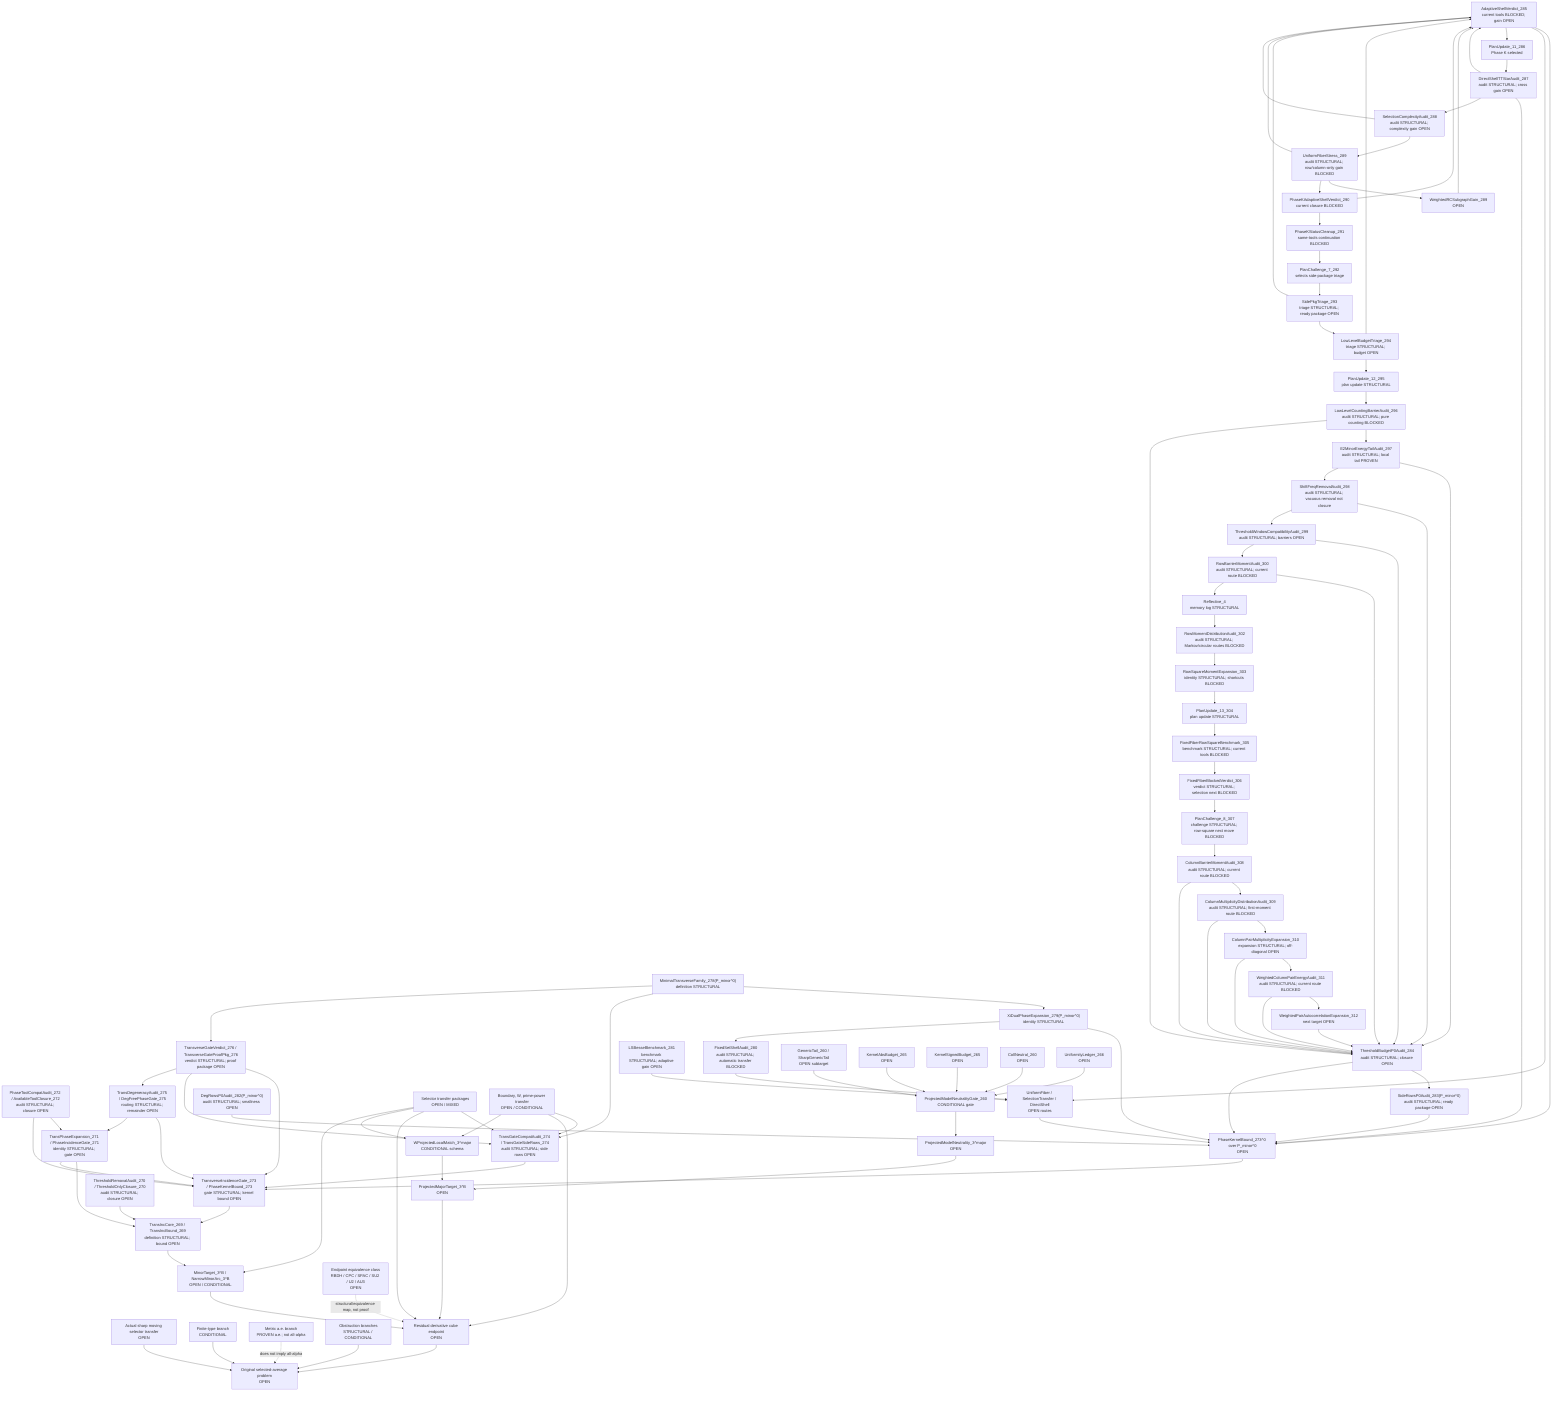
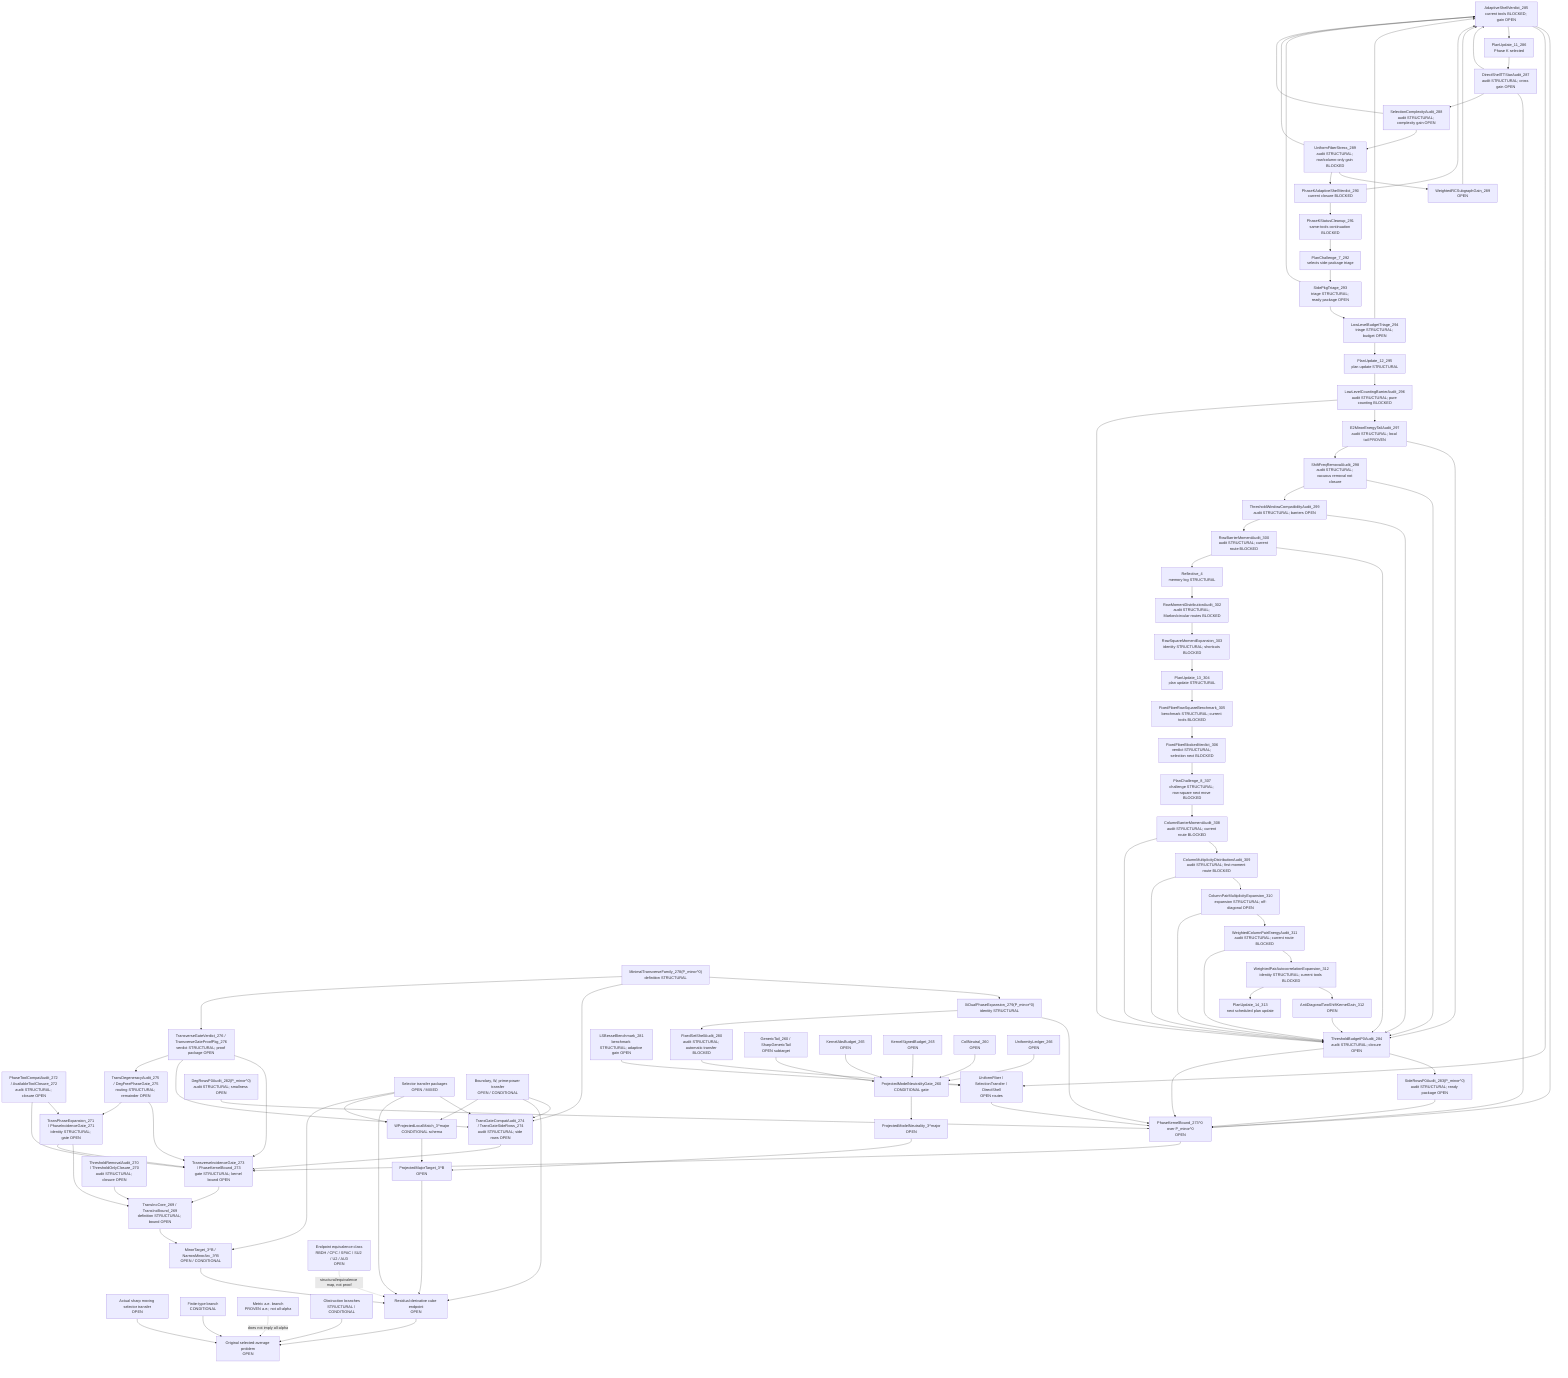
flowchart TD
  Original["Original selected-average problem<br/>OPEN"]
  SharpSel["Actual sharp moving selector transfer<br/>OPEN"]
  FiniteType["Finite-type branch<br/>CONDITIONAL"]
  Metric["Metric a.e. branch<br/>PROVEN a.e.; not all-alpha"]
  Obstruction["Obstruction branches<br/>STRUCTURAL / CONDITIONAL"]

  ResCube["Residual derivative cube endpoint<br/>OPEN"]
  MajorTarget["ProjectedMajorTarget_3^B<br/>OPEN"]
  MinorTarget["MinorTarget_3^B / NarrowMinorArc_3^B<br/>OPEN / CONDITIONAL"]
  TransInc["TransIncCore_269 / TransIncBound_269<br/>definition STRUCTURAL; bound OPEN"]
  ThresholdAudit["ThresholdRemovalAudit_270 / ThresholdOnlyClosure_270<br/>audit STRUCTURAL; closure OPEN"]
  PhaseExpansion["TransPhaseExpansion_271 / PhaseIncidenceGate_271<br/>identity STRUCTURAL; gate OPEN"]
  ToolCompat["PhaseToolCompatAudit_272 / AvailableToolClosure_272<br/>audit STRUCTURAL; closure OPEN"]
  TransGate["TransverseIncidenceGate_273 / PhaseKernelBound_273<br/>gate STRUCTURAL; kernel bound OPEN"]
  TransGateCompat["TransGateCompatAudit_274 / TransGateSideRows_274<br/>audit STRUCTURAL; side rows OPEN"]
  DegAudit["TransDegeneracyAudit_275 / DegFreePhaseGate_275<br/>routing STRUCTURAL; remainder OPEN"]
  TransVerdict["TransverseGateVerdict_276 / TransverseGateProofPkg_276<br/>verdict STRUCTURAL; proof package OPEN"]
  MinTransFamily["MinimalTransverseFamily_278(P_minor^0)<br/>definition STRUCTURAL"]
  XiExpansion["XiDualPhaseExpansion_279(P_minor^0)<br/>identity STRUCTURAL"]
  FixedShellAudit["FixedSetShellAudit_280<br/>audit STRUCTURAL; automatic transfer BLOCKED"]
  FixedShellTransfer["UniformFiber / SelectionTransfer / DirectShell<br/>OPEN routes"]
  LSBesselBench["LSBesselBenchmark_281<br/>benchmark STRUCTURAL; adaptive gain OPEN"]
  DegRowsP0["DegRowsP0Audit_282(P_minor^0)<br/>audit STRUCTURAL; smallness OPEN"]
  SideRowsP0["SideRowsP0Audit_283(P_minor^0)<br/>audit STRUCTURAL; ready package OPEN"]
  ThresholdP0["ThresholdBudgetP0Audit_284<br/>audit STRUCTURAL; closure OPEN"]
  AdaptiveShellP0["AdaptiveShellVerdict_285<br/>current tools BLOCKED; gain OPEN"]
  PlanUpdate11["PlanUpdate_11_286<br/>Phase K selected"]
  DirectTTStar["DirectShellTTStarAudit_287<br/>audit STRUCTURAL; cross gain OPEN"]
  SelectionComplexity["SelectionComplexityAudit_288<br/>audit STRUCTURAL; complexity gain OPEN"]
  UniformFiberStress["UniformFiberStress_289<br/>audit STRUCTURAL; row/column-only gain BLOCKED"]
  WeightedRCSubgraph["WeightedRCSubgraphGain_289<br/>OPEN"]
  AdaptiveVerdict290["PhaseKAdaptiveShellVerdict_290<br/>current closure BLOCKED"]
  PhaseKCleanup291["PhaseKStatusCleanup_291<br/>same-tools continuation BLOCKED"]
  PlanChallenge7["PlanChallenge_7_292<br/>selects side-package triage"]
  SidePkgTriage293["SidePkgTriage_293<br/>triage STRUCTURAL; ready package OPEN"]
  LowLevelTriage294["LowLevelBudgetTriage_294<br/>triage STRUCTURAL; budget OPEN"]
  PlanUpdate12["PlanUpdate_12_295<br/>plan update STRUCTURAL"]
  LowLevelBarrier296["LowLevelCountingBarrierAudit_296<br/>audit STRUCTURAL; pure counting BLOCKED"]
  E2Tail297["E2MinorEnergyTailAudit_297<br/>audit STRUCTURAL; local tail PROVEN"]
  ShiftFreq298["ShiftFreqRemovalAudit_298<br/>audit STRUCTURAL; vacuous removal not closure"]
  ThresholdWindow299["ThresholdWindowCompatibilityAudit_299<br/>audit STRUCTURAL; barriers OPEN"]
  RowBarrier300["RowBarrierMomentAudit_300<br/>audit STRUCTURAL; current route BLOCKED"]
  Reflective4["Reflective_4<br/>memory log STRUCTURAL"]
  RowMoment302["RowMomentDistributionAudit_302<br/>audit STRUCTURAL; Markov/circular routes BLOCKED"]
  RowSquare303["RowSquareMomentExpansion_303<br/>identity STRUCTURAL; shortcuts BLOCKED"]
  PlanUpdate13["PlanUpdate_13_304<br/>plan update STRUCTURAL"]
  FixedFiber305["FixedFiberRowSquareBenchmark_305<br/>benchmark STRUCTURAL; current tools BLOCKED"]
  FixedFiber306["FixedFiberBlockedVerdict_306<br/>verdict STRUCTURAL; selection next BLOCKED"]
  PlanChallenge8["PlanChallenge_8_307<br/>challenge STRUCTURAL; row-square next move BLOCKED"]
  ColumnBarrier308["ColumnBarrierMomentAudit_308<br/>audit STRUCTURAL; current route BLOCKED"]
  ColumnDist309["ColumnMultiplicityDistributionAudit_309<br/>audit STRUCTURAL; first-moment route BLOCKED"]
  ColumnPair310["ColumnPairMultiplicityExpansion_310<br/>expansion STRUCTURAL; off-diagonal OPEN"]
  WPair311["WeightedColumnPairEnergyAudit_311<br/>audit STRUCTURAL; current route BLOCKED"]
-   AutoCorr312["WeightedPairAutocorrelationExpansion_312<br/>next target OPEN"]
+   AutoCorr312["WeightedPairAutocorrelationExpansion_312<br/>identity STRUCTURAL; current tools BLOCKED"]
+   AntiDiag312["AntiDiagonalTwoShiftKernelGain_312<br/>OPEN"]
+   PlanUpdate14["PlanUpdate_14_313<br/>next scheduled plan update"]
  PhaseKernel0["PhaseKernelBound_273^0 over P_minor^0<br/>OPEN"]
  SelectorTransfer["Selector transfer packages<br/>OPEN / MIXED"]
  BoundaryTransfer["Boundary, W, prime-power transfer<br/>OPEN / CONDITIONAL"]

  WLocal["WProjectedLocalMatch_3^major<br/>CONDITIONAL schema"]
  ModelNeutral["ProjectedModelNeutrality_3^major<br/>OPEN"]
  PMNGate["ProjectedModelNeutralityGate_260<br/>CONDITIONAL gate"]
  GenericTail["GenericTail_260 / SharpGenericTail<br/>OPEN subtarget"]
  KernelAbs["KernelAbsBudget_265<br/>OPEN"]
  KernelSigned["KernelSignedBudget_265<br/>OPEN"]
  CollNeutral["CollNeutral_260<br/>OPEN"]
  Uniformity["UniformityLedger_266<br/>OPEN"]

  EndpointClass["Endpoint equivalence class<br/>RBDH / CPC / SPAC / SU2 / U2 / AU3<br/>OPEN"]

  SharpSel --> Original
  FiniteType --> Original
  Obstruction --> Original
  ResCube --> Original
  Metric -. "does not imply all-alpha" .-> Original

  MajorTarget --> ResCube
  MinorTarget --> ResCube
  TransInc --> MinorTarget
  ThresholdAudit --> TransInc
  PhaseExpansion --> TransInc
  ToolCompat --> PhaseExpansion
  TransGate --> TransInc
  PhaseExpansion --> TransGate
  ToolCompat --> TransGate
  TransGateCompat --> TransGate
  SelectorTransfer --> TransGateCompat
  BoundaryTransfer --> TransGateCompat
  DegAudit --> TransGate
  DegAudit --> PhaseExpansion
  TransVerdict --> TransGate
  TransVerdict --> TransGateCompat
  TransVerdict --> DegAudit
  PhaseKernel0 --> TransGate
  MinTransFamily --> XiExpansion
  XiExpansion --> PhaseKernel0
  XiExpansion --> FixedShellAudit
  FixedShellAudit --> FixedShellTransfer
  FixedShellTransfer --> PhaseKernel0
  LSBesselBench --> FixedShellTransfer
  DegRowsP0 --> PhaseKernel0
  SideRowsP0 --> PhaseKernel0
  ThresholdP0 --> SideRowsP0
  ThresholdP0 --> PhaseKernel0
  AdaptiveShellP0 --> PhaseKernel0
  AdaptiveShellP0 --> FixedShellTransfer
  AdaptiveShellP0 --> PlanUpdate11
  PlanUpdate11 --> DirectTTStar
  DirectTTStar --> AdaptiveShellP0
  DirectTTStar --> PhaseKernel0
  DirectTTStar --> SelectionComplexity
  SelectionComplexity --> UniformFiberStress
  SelectionComplexity --> AdaptiveShellP0
  UniformFiberStress --> WeightedRCSubgraph
  WeightedRCSubgraph --> AdaptiveShellP0
  UniformFiberStress --> AdaptiveVerdict290
  UniformFiberStress --> AdaptiveShellP0
  AdaptiveVerdict290 --> AdaptiveShellP0
  AdaptiveVerdict290 --> PhaseKCleanup291
  PhaseKCleanup291 --> PlanChallenge7
  PlanChallenge7 --> SidePkgTriage293
  SidePkgTriage293 --> LowLevelTriage294
  SidePkgTriage293 --> AdaptiveShellP0
  LowLevelTriage294 --> AdaptiveShellP0
  LowLevelTriage294 --> PlanUpdate12
  PlanUpdate12 --> LowLevelBarrier296
  LowLevelBarrier296 --> E2Tail297
  LowLevelBarrier296 --> ThresholdP0
  E2Tail297 --> ThresholdP0
  E2Tail297 --> ShiftFreq298
  ShiftFreq298 --> ThresholdP0
  ShiftFreq298 --> ThresholdWindow299
  ThresholdWindow299 --> ThresholdP0
  ThresholdWindow299 --> RowBarrier300
  RowBarrier300 --> ThresholdP0
  RowBarrier300 --> Reflective4
  Reflective4 --> RowMoment302
  RowMoment302 --> RowSquare303
  RowSquare303 --> PlanUpdate13
  PlanUpdate13 --> FixedFiber305
  FixedFiber305 --> FixedFiber306
  FixedFiber306 --> PlanChallenge8
  PlanChallenge8 --> ColumnBarrier308
  ColumnBarrier308 --> ColumnDist309
  ColumnDist309 --> ColumnPair310
  ColumnPair310 --> WPair311
  WPair311 --> AutoCorr312
-   AutoCorr312 --> ThresholdP0
+   AutoCorr312 --> AntiDiag312
+   AntiDiag312 --> ThresholdP0
+   AutoCorr312 --> PlanUpdate14
  WPair311 --> ThresholdP0
  ColumnPair310 --> ThresholdP0
  ColumnDist309 --> ThresholdP0
  ColumnBarrier308 --> ThresholdP0
  MinTransFamily --> TransGateCompat
  MinTransFamily --> TransVerdict
  SelectorTransfer --> ResCube
  BoundaryTransfer --> ResCube
  EndpointClass -. "structural/equivalence map, not proof" .-> ResCube

  WLocal --> MajorTarget
  ModelNeutral --> MajorTarget

  PMNGate --> ModelNeutral
  GenericTail --> PMNGate
  KernelAbs --> PMNGate
  KernelSigned --> PMNGate
  CollNeutral --> PMNGate
  Uniformity --> PMNGate

  BoundaryTransfer --> WLocal
  SelectorTransfer --> WLocal
  SelectorTransfer --> MinorTarget
